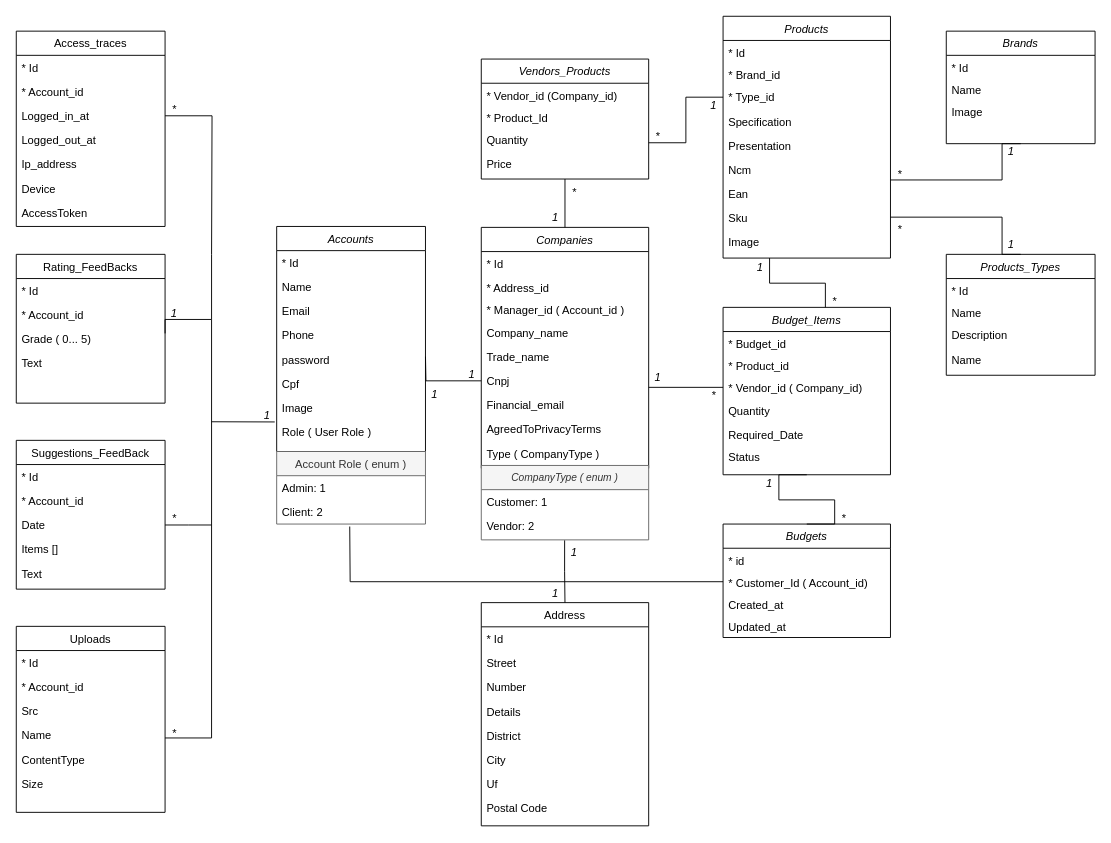
Above: Arch/UnaCompras-Diagrama-Entidades-v1_2021-11-10.drawio in fonsecaBarreto/UnaCompras-BackEnd (draw.io), before the change. Source tidied: cells renumbered, new cells numbered last; positions are measured from the earlier drawing's top-left corner, leaving out a move shared by most shapes. Both pictures are drawn from the tidied source at 93%, with x=0, y=0 at pixel (16, 16).
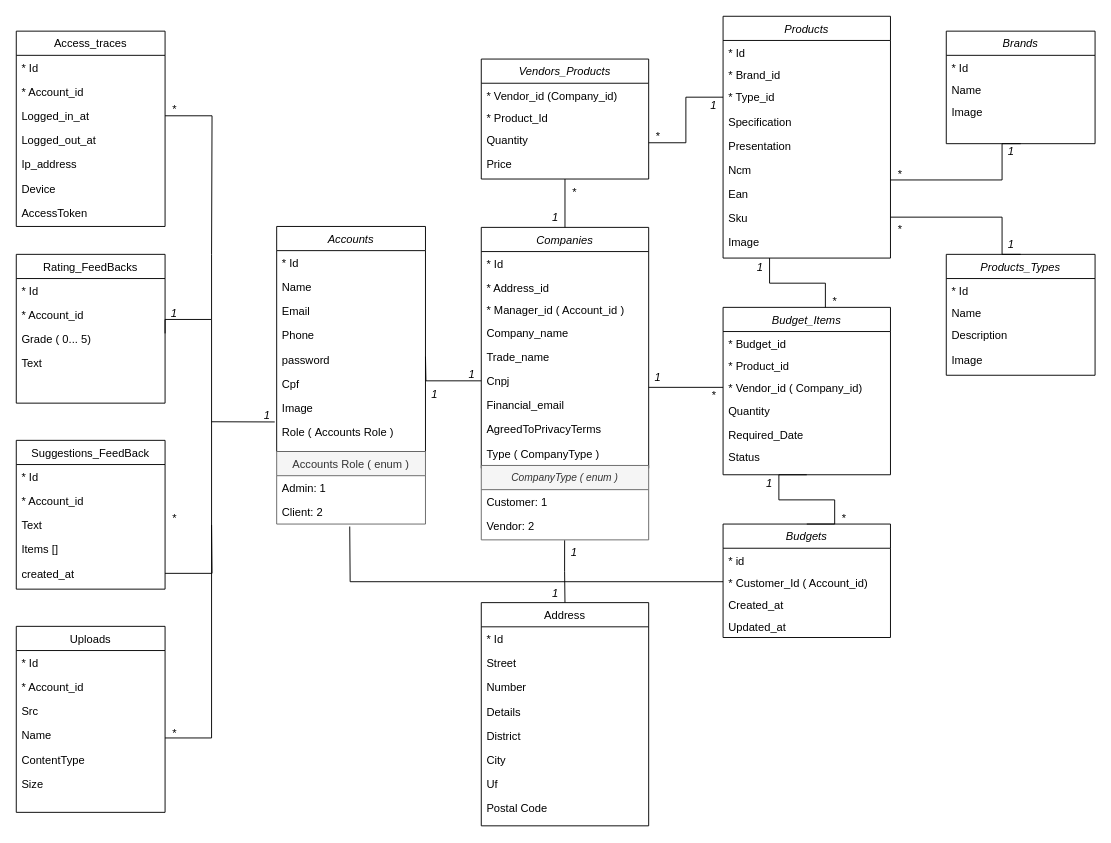
After the change.

Unchanged cells that the change refers to:
```xml
<mxCell id="2" value="Accounts" style="swimlane;fontStyle=2;align=center;verticalAlign=top;horizontal=1;startSize=26;rounded=0;shadow=0;strokeWidth=1;" parent="1" vertex="1">
  <mxGeometry x="280" y="226" width="160" height="242" as="geometry" />
</mxCell>
<mxCell id="54" value="Suggestions_FeedBack&#10;" style="swimlane;fontStyle=0;align=center;verticalAlign=top;horizontal=1;startSize=26;rounded=0;shadow=0;strokeWidth=1;" parent="1" vertex="1">
  <mxGeometry y="456" width="160" height="160" as="geometry" />
</mxCell>
<mxCell id="85" value="Products_Types" style="swimlane;fontStyle=2;align=center;verticalAlign=top;horizontal=1;startSize=26;rounded=0;shadow=0;strokeWidth=1;" parent="1" vertex="1">
  <mxGeometry x="1000" y="256" width="160" height="130" as="geometry" />
</mxCell>
```

What changed in the source:
```diff
@@
-    <mxCell id="10" value="Role ( User Role )" style="text;align=left;verticalAlign=top;spacingLeft=4;spacingRight=4;overflow=hidden;points=[[0,0.5],[1,0.5]];portConstraint=eastwest;rounded=0;shadow=0;html=0;" parent="2" vertex="1">
+    <mxCell id="10" value="Role ( Accounts Role )" style="text;align=left;verticalAlign=top;spacingLeft=4;spacingRight=4;overflow=hidden;points=[[0,0.5],[1,0.5]];portConstraint=eastwest;rounded=0;shadow=0;html=0;fontStyle=0;" parent="2" vertex="1">
       <mxGeometry y="208" width="160" height="26" as="geometry" />
     </mxCell>
@@
-    <mxCell id="31" value="Account Role ( enum )" style="swimlane;fontStyle=0;align=center;verticalAlign=top;horizontal=1;startSize=26;rounded=0;shadow=0;strokeWidth=1;fillColor=#f5f5f5;fontColor=#333333;strokeColor=#666666;" parent="1" vertex="1">
+    <mxCell id="31" value="Accounts Role ( enum )" style="swimlane;fontStyle=0;align=center;verticalAlign=top;horizontal=1;startSize=26;rounded=0;shadow=0;strokeWidth=1;fillColor=#f5f5f5;fontColor=#333333;strokeColor=#666666;" parent="1" vertex="1">
       <mxGeometry x="280" y="468" width="160" height="78" as="geometry" />
     </mxCell>
@@
+    <mxCell id="59" value="Text&#10;" style="text;align=left;verticalAlign=top;spacingLeft=4;spacingRight=4;overflow=hidden;" parent="54" vertex="1">
+      <mxGeometry y="78" width="160" height="26" as="geometry" />
+    </mxCell>
+    <mxCell id="58" value="Items []" style="text;align=left;verticalAlign=top;spacingLeft=4;spacingRight=4;overflow=hidden;" parent="54" vertex="1">
+      <mxGeometry y="104" width="160" height="26" as="geometry" />
+    </mxCell>
-    <mxCell id="57" value="Date" style="text;align=left;verticalAlign=top;spacingLeft=4;spacingRight=4;overflow=hidden;points=[[0,0.5],[1,0.5]];portConstraint=eastwest;" parent="54" vertex="1">
-      <mxGeometry y="78" width="160" height="26" as="geometry" />
+    <mxCell id="57" value="created_at" style="text;align=left;verticalAlign=top;spacingLeft=4;spacingRight=4;overflow=hidden;points=[[0,0.5],[1,0.5]];portConstraint=eastwest;" parent="54" vertex="1">
+      <mxGeometry y="130" width="160" height="26" as="geometry" />
     </mxCell>
-    <mxCell id="58" value="Items []" style="text;align=left;verticalAlign=top;spacingLeft=4;spacingRight=4;overflow=hidden;" parent="54" vertex="1">
-      <mxGeometry y="104" width="160" height="26" as="geometry" />
-    </mxCell>
-    <mxCell id="59" value="Text&#10;" style="text;align=left;verticalAlign=top;spacingLeft=4;spacingRight=4;overflow=hidden;" parent="54" vertex="1">
-      <mxGeometry y="130" width="160" height="26" as="geometry" />
-    </mxCell>
@@
-    <mxCell id="89" value="Name" style="text;align=left;verticalAlign=top;spacingLeft=4;spacingRight=4;overflow=hidden;rounded=0;shadow=0;html=0;" parent="85" vertex="1">
+    <mxCell id="89" value="Image" style="text;align=left;verticalAlign=top;spacingLeft=4;spacingRight=4;overflow=hidden;rounded=0;shadow=0;html=0;" parent="85" vertex="1">
       <mxGeometry y="100" width="160" height="24" as="geometry" />
     </mxCell>
```
